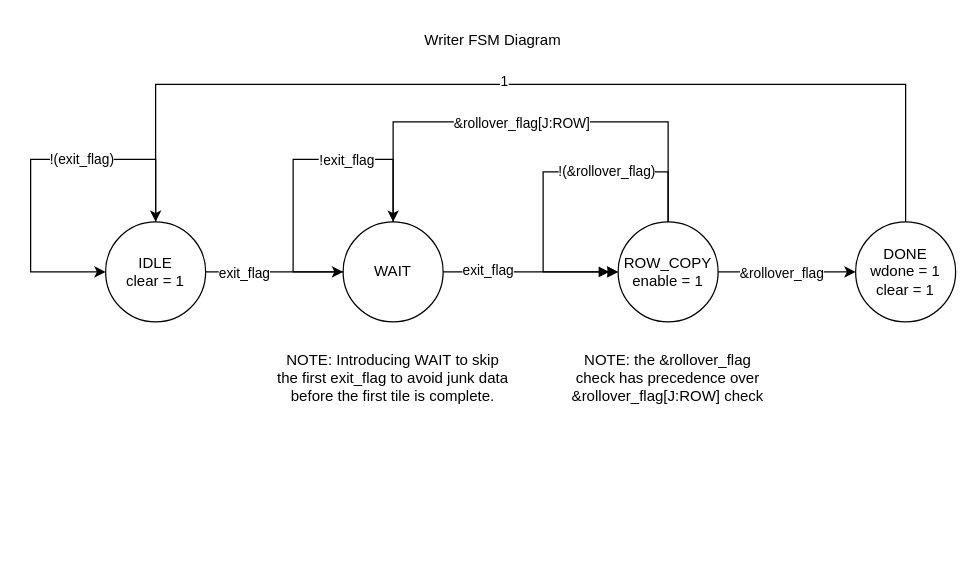
The draw.io diagram page "writer_fsm" (5 of 9) of diagrams/compute_controller/compute_controller.drawio in Parker-Kemp/SoCET---STARS---Group11, before the edit. Source tidied: cells renumbered, new cells numbered last; positions are measured from the earlier drawing's top-left corner, leaving out a move shared by most shapes. Both pictures are drawn from the tidied source at 125%, with x=0, y=0 at pixel (30, 21).
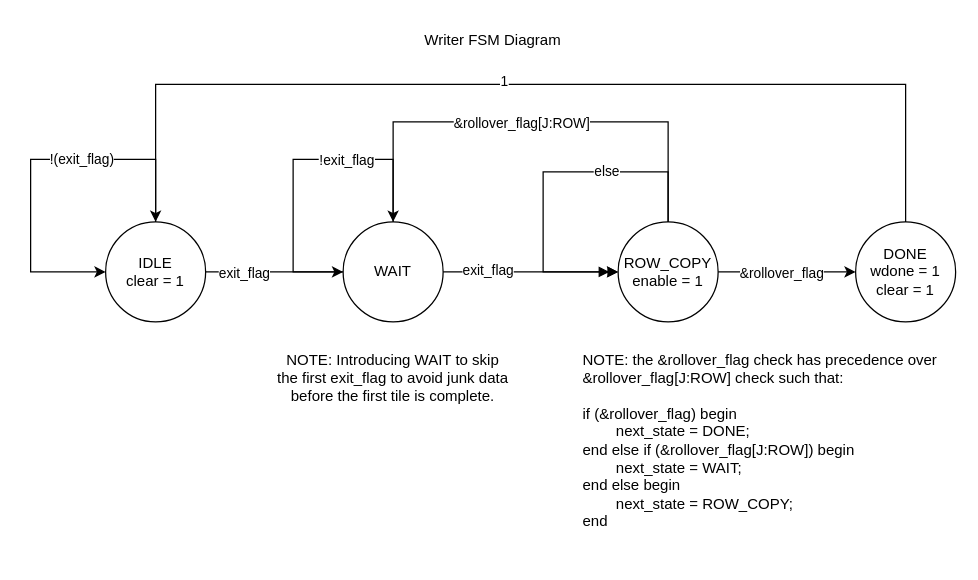
After the change.

Unchanged cells that the change refers to:
```xml
<mxCell id="19" style="edgeStyle=orthogonalEdgeStyle;rounded=0;orthogonalLoop=1;jettySize=auto;html=1;innerLoopWaypoints=1;entryX=0;entryY=0.5;entryDx=0;entryDy=0;endArrow=doubleBlock;endFill=1;" parent="1" edge="1" source="12" target="12">
  <mxGeometry x="0.2" relative="1" as="geometry">
    <Array as="points">
      <mxPoint x="510" y="120" />
      <mxPoint x="410" y="120" />
      <mxPoint x="410" y="200" />
    </Array>
  </mxGeometry>
</mxCell>
```

Diff of the diagram source:
```diff
@@
-    <mxCell id="20" value="!(&amp;amp;rollover_flag)" style="edgeLabel;html=1;align=center;verticalAlign=middle;" parent="19" vertex="1">
+    <mxCell id="20" value="else" style="edgeLabel;html=1;align=center;verticalAlign=middle;" parent="19" vertex="1">
       <mxGeometry x="-0.35" y="-1" relative="1" as="geometry">
         <mxPoint x="1" as="offset" />
       </mxGeometry>
     </mxCell>
@@
-    <mxCell id="23" value="NOTE: the &amp;amp;rollover_flag check has precedence over &amp;amp;rollover_flag[J:ROW]&amp;nbsp;check" style="text;html=1;whiteSpace=wrap;strokeColor=none;fillColor=none;align=center;verticalAlign=middle;rounded=0;" parent="1" vertex="1">
-      <mxGeometry x="425" y="250" width="170" height="70" as="geometry" />
+    <mxCell id="23" value="NOTE: the &amp;amp;rollover_flag check has precedence over &amp;amp;rollover_flag[J:ROW]&amp;nbsp;check such that:&lt;br&gt;&lt;br&gt;&lt;div&gt;if (&amp;amp;rollover_flag) begin&lt;/div&gt;&lt;div&gt;&lt;span style=&quot;white-space: pre;&quot;&gt;&#9;&lt;/span&gt;next_state = DONE;&lt;/div&gt;&lt;div&gt;end else if (&amp;amp;rollover_flag[J:ROW]) begin&lt;/div&gt;&lt;div&gt;&lt;span style=&quot;white-space: pre;&quot;&gt;&#9;&lt;/span&gt;next_state = WAIT;&lt;/div&gt;&lt;div&gt;end else begin&lt;/div&gt;&lt;div&gt;&lt;span style=&quot;white-space: pre;&quot;&gt;&#9;&lt;/span&gt;next_state = ROW_COPY;&lt;/div&gt;&lt;div&gt;end&lt;/div&gt;" style="text;html=1;whiteSpace=wrap;strokeColor=none;fillColor=none;align=left;verticalAlign=middle;rounded=0;" parent="1" vertex="1">
+      <mxGeometry x="440" y="240" width="300" height="190" as="geometry" />
     </mxCell>
```
